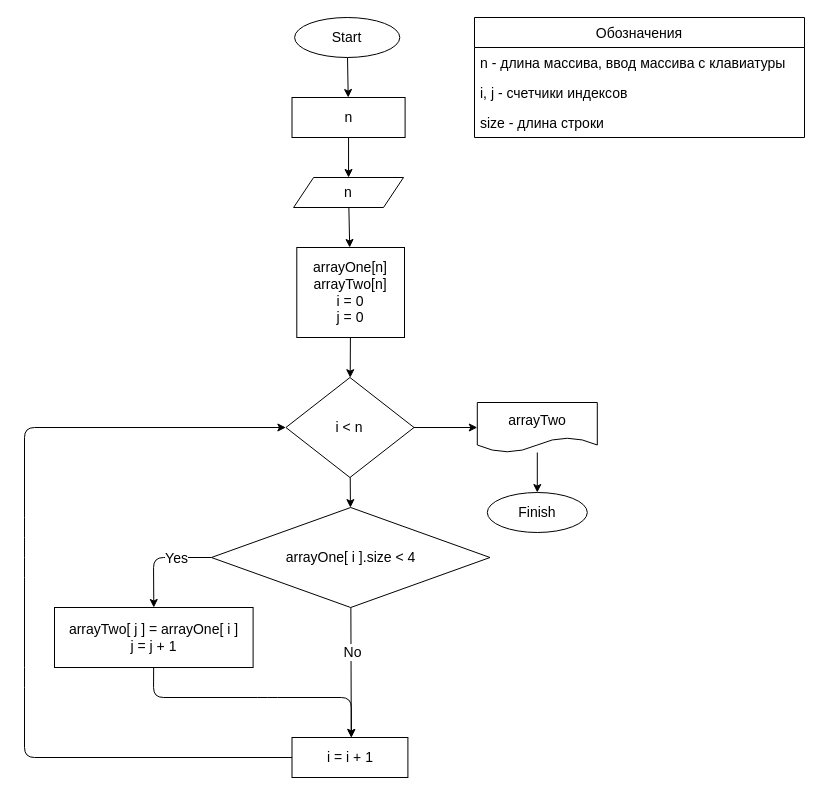
IrenLunx/-MyHomeWork keeps this draw.io diagram as chart.drawio. Above is the earlier version. Source tidied: cells renumbered, new cells numbered last; positions are measured from the earlier drawing's top-left corner, leaving out a move shared by most shapes. Both pictures are drawn from the tidied source at 100%, with x=0, y=0 at pixel (24, 17).
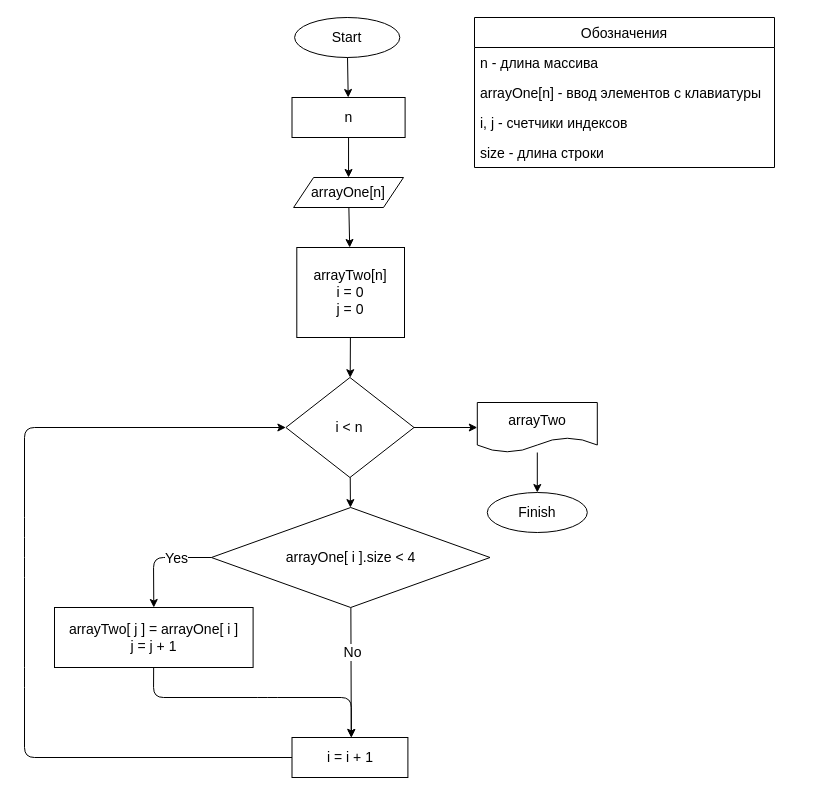
Above is the later version.

What changed in the source:
```diff
@@
-    <mxCell id="5" value="n" style="shape=parallelogram;perimeter=parallelogramPerimeter;whiteSpace=wrap;html=1;fixedSize=1;fontSize=14;" parent="1" vertex="1">
+    <mxCell id="5" value="arrayOne[n]" style="shape=parallelogram;perimeter=parallelogramPerimeter;whiteSpace=wrap;html=1;fixedSize=1;fontSize=14;" parent="1" vertex="1">
       <mxGeometry x="269.1" y="160" width="109.9" height="30" as="geometry" />
     </mxCell>
     <mxCell id="6" value="Обозначения" style="swimlane;fontStyle=0;horizontal=1;startSize=30;fontSize=14;" parent="1" vertex="1">
-      <mxGeometry x="450" width="330" height="120" as="geometry" />
+      <mxGeometry x="450" width="300" height="150" as="geometry" />
     </mxCell>
-    <mxCell id="7" value="n - длина массива, ввод массива с клавиатуры" style="text;strokeColor=none;fillColor=none;align=left;verticalAlign=middle;spacingLeft=4;spacingRight=4;overflow=hidden;fontSize=14;" parent="6" vertex="1">
-      <mxGeometry y="30" width="330" height="30" as="geometry" />
+    <mxCell id="7" value="n - длина массива" style="text;strokeColor=none;fillColor=none;align=left;verticalAlign=middle;spacingLeft=4;spacingRight=4;overflow=hidden;fontSize=14;" parent="6" vertex="1">
+      <mxGeometry y="30" width="300" height="30" as="geometry" />
     </mxCell>
+    <mxCell id="29" value="arrayOne[n] - ввод элементов с клавиатуры" style="text;strokeColor=none;fillColor=none;align=left;verticalAlign=middle;spacingLeft=4;spacingRight=4;overflow=hidden;fontSize=14;" parent="6" vertex="1">
+      <mxGeometry y="60" width="300" height="30" as="geometry" />
+    </mxCell>
     <mxCell id="8" value="i, j - счетчики индексов" style="text;strokeColor=none;fillColor=none;align=left;verticalAlign=middle;spacingLeft=4;spacingRight=4;overflow=hidden;fontSize=14;" parent="6" vertex="1">
-      <mxGeometry y="60" width="330" height="30" as="geometry" />
+      <mxGeometry y="90" width="300" height="30" as="geometry" />
     </mxCell>
     <mxCell id="9" value="size - длина строки" style="text;strokeColor=none;fillColor=none;align=left;verticalAlign=middle;spacingLeft=4;spacingRight=4;overflow=hidden;fontSize=14;" parent="6" vertex="1">
-      <mxGeometry y="90" width="330" height="30" as="geometry" />
+      <mxGeometry y="120" width="300" height="30" as="geometry" />
     </mxCell>
@@
-    <mxCell id="11" value="arrayOne[n]&lt;br style=&quot;font-size: 14px;&quot;&gt;arrayTwo[n]&lt;br style=&quot;font-size: 14px;&quot;&gt;i = 0&lt;br style=&quot;font-size: 14px;&quot;&gt;j = 0" style="rounded=0;whiteSpace=wrap;html=1;fontSize=14;" parent="1" vertex="1">
+    <mxCell id="11" value="arrayTwo[n]&lt;br style=&quot;font-size: 14px&quot;&gt;i = 0&lt;br style=&quot;font-size: 14px&quot;&gt;j = 0" style="rounded=0;whiteSpace=wrap;html=1;fontSize=14;" parent="1" vertex="1">
       <mxGeometry x="272.3" y="230" width="107.7" height="90" as="geometry" />
     </mxCell>
```
